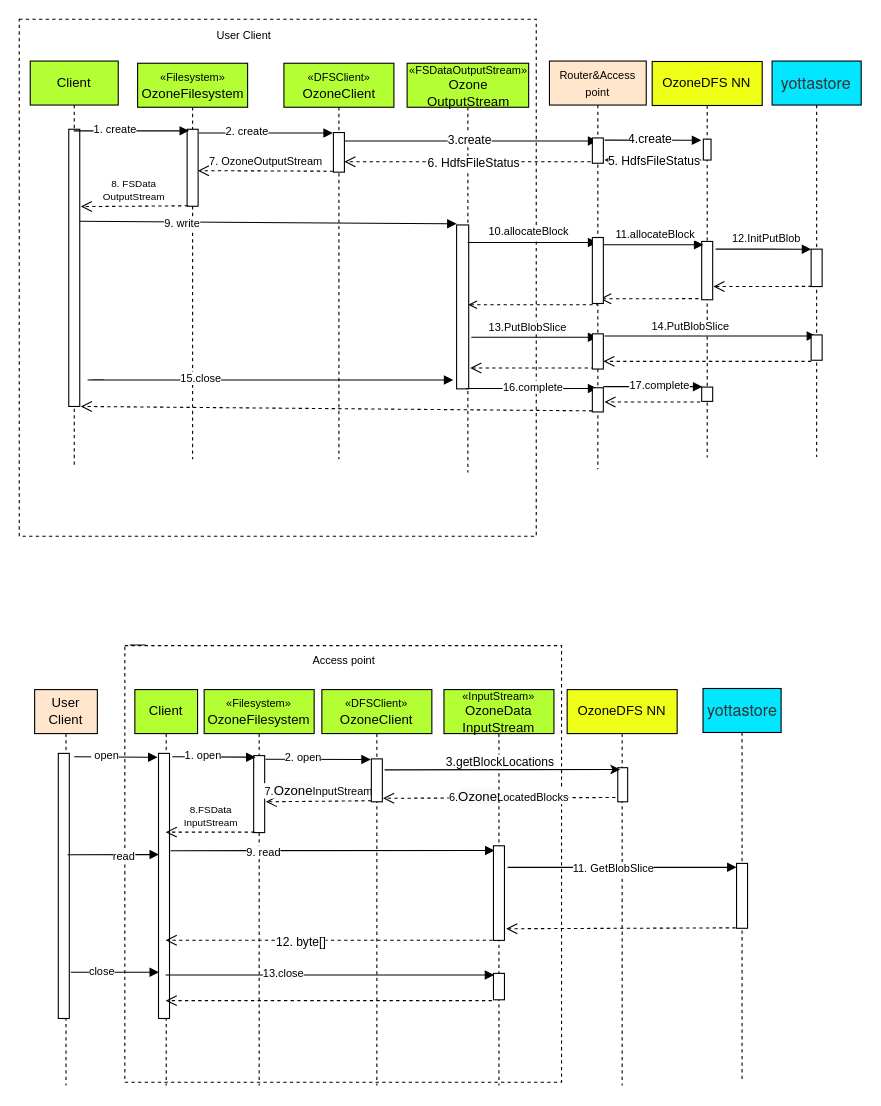
The draw.io diagram Untitled Diagram.drawio in captainzmc/draw, before the edit. Source tidied: cells renumbered, new cells numbered last; positions are measured from the earlier drawing's top-left corner, leaving out a move shared by most shapes. Both pictures are drawn from the tidied source at 110%, with x=0, y=0 at pixel (19, 19).
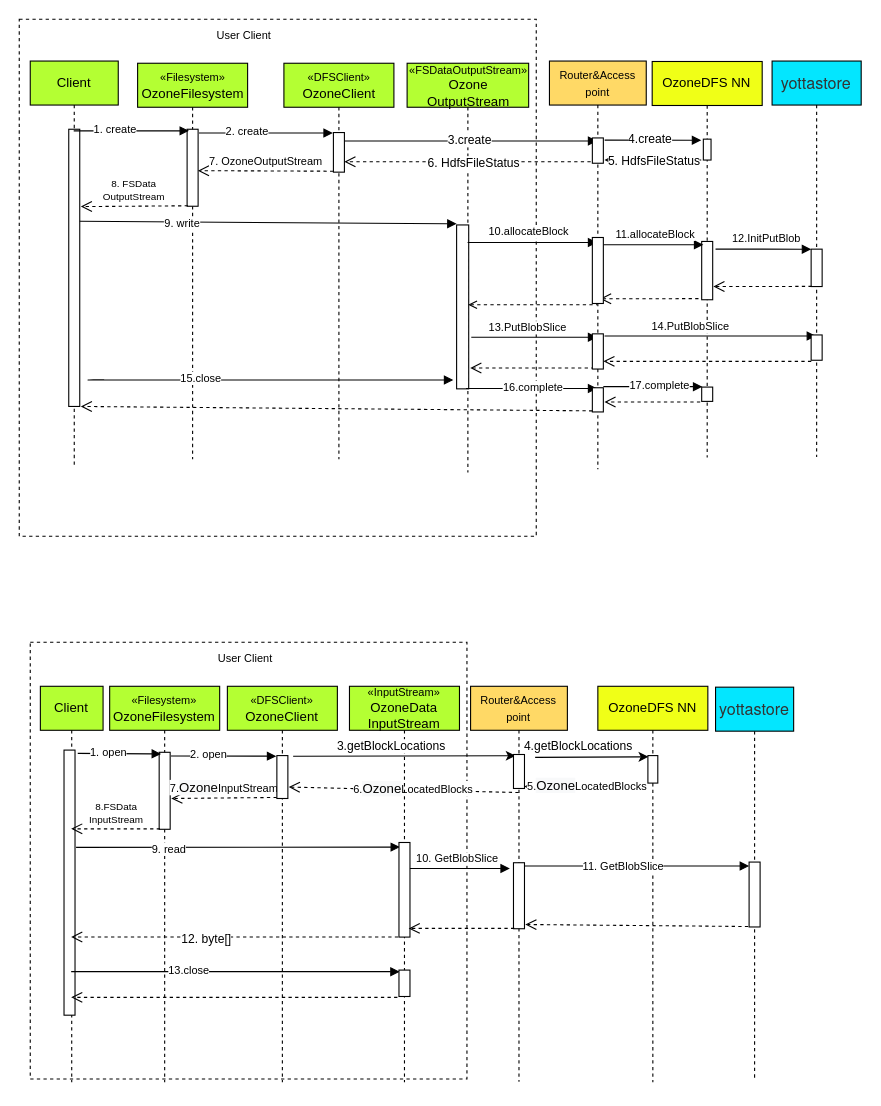
After the change.

The change refers to these unchanged cells:
```xml
<mxCell id="57" style="html=1;points=[];perimeter=orthogonalPerimeter;" parent="56" vertex="1">
  <mxGeometry x="45" y="60" width="10" height="70" as="geometry" />
</mxCell>
<mxCell id="67" style="html=1;points=[];perimeter=orthogonalPerimeter;" parent="66" vertex="1">
  <mxGeometry x="45" y="142" width="10" height="86" as="geometry" />
</mxCell>
<mxCell id="70" style="html=1;points=[];perimeter=orthogonalPerimeter;" parent="69" vertex="1">
  <mxGeometry x="30.5" y="159" width="10" height="59" as="geometry" />
</mxCell>
<mxCell id="85" style="html=1;points=[];perimeter=orthogonalPerimeter;" parent="84" vertex="1">
  <mxGeometry x="45" y="63" width="10" height="39" as="geometry" />
</mxCell>
```

Change to the diagram source:
```diff
@@
-    <mxCell id="6" style="edgeStyle=orthogonalEdgeStyle;rounded=0;jettySize=auto;html=1;exitX=0.048;exitY=-0.001;exitDx=0;exitDy=0;fontColor=#000000;exitPerimeter=0;" parent="1" edge="1" source="7">
-      <mxGeometry relative="1" as="geometry">
-        <mxPoint x="101" y="579.9" as="targetPoint" />
-      </mxGeometry>
-    </mxCell>
     <mxCell id="7" style="whiteSpace=wrap;html=1;fontColor=#000000;dashed=1;" parent="1" vertex="1">
-      <mxGeometry x="96" y="569.4" width="397" height="397" as="geometry" />
+      <mxGeometry x="10" y="566.4" width="397" height="397" as="geometry" />
     </mxCell>
@@
     <mxCell id="54" value="Client" style="shape=umlLifeline;perimeter=lifelinePerimeter;whiteSpace=wrap;html=1;outlineConnect=0;fillColor=#B4FF33;" parent="1" vertex="1">
-      <mxGeometry x="105.1" y="609.4" width="57" height="360" as="geometry" />
+      <mxGeometry x="19.2" y="606.4" width="57" height="360" as="geometry" />
     </mxCell>
@@
     <mxCell id="56" value="&lt;span style=&quot;font-size: 10px&quot;&gt;«&lt;/span&gt;&lt;span style=&quot;font-size: 10px&quot;&gt;Filesystem&lt;/span&gt;&lt;span style=&quot;font-size: 10px&quot;&gt;»&lt;br&gt;&lt;/span&gt;OzoneFilesystem" style="shape=umlLifeline;perimeter=lifelinePerimeter;whiteSpace=wrap;html=1;fillColor=#B4FF33;" parent="1" vertex="1">
-      <mxGeometry x="168.1" y="609.4" width="100" height="360" as="geometry" />
+      <mxGeometry x="82.2" y="606.4" width="100" height="360" as="geometry" />
     </mxCell>
@@
     <mxCell id="58" value="OzoneDFS NN" style="shape=umlLifeline;perimeter=lifelinePerimeter;whiteSpace=wrap;html=1;fillColor=#F0FF17;" parent="1" vertex="1">
-      <mxGeometry x="498.1" y="609.4" width="100" height="360" as="geometry" />
+      <mxGeometry x="526" y="606.4" width="100" height="360" as="geometry" />
     </mxCell>
     <mxCell id="59" style="html=1;points=[];perimeter=orthogonalPerimeter;" parent="58" vertex="1">
-      <mxGeometry x="46" y="71" width="9" height="31" as="geometry" />
+      <mxGeometry x="45.5" y="63" width="9" height="25" as="geometry" />
     </mxCell>
-    <mxCell id="60" value="&lt;font style=&quot;font-size: 10px&quot; color=&quot;#000000&quot;&gt;6.&lt;span style=&quot;font-size: 12px ; background-color: rgb(248 , 249 , 250)&quot;&gt;Ozone&lt;/span&gt;LocatedBlocks&lt;/font&gt;" style="html=1;verticalAlign=bottom;endArrow=open;dashed=1;endSize=8;entryX=1.062;entryY=0.918;entryDx=0;entryDy=0;entryPerimeter=0;exitX=-0.233;exitY=0.875;exitDx=0;exitDy=0;exitPerimeter=0;fillColor=#FF3333;fontColor=#FF3333;" parent="1" edge="1" source="59" target="85">
-      <mxGeometry x="-0.08" y="8" relative="1" as="geometry" />
+    <mxCell id="60" value="&lt;font style=&quot;font-size: 10px&quot; color=&quot;#000000&quot;&gt;6.&lt;span style=&quot;font-size: 12px ; background-color: rgb(248 , 249 , 250)&quot;&gt;Ozone&lt;/span&gt;LocatedBlocks&lt;/font&gt;" style="html=1;verticalAlign=bottom;endArrow=open;dashed=1;endSize=8;fillColor=#FF3333;fontColor=#FF3333;" parent="1" edge="1">
+      <mxGeometry x="-0.08" y="8" relative="1" as="geometry">
+        <mxPoint x="454" y="703" as="sourcePoint" />
+        <mxPoint x="245" y="698" as="targetPoint" />
+      </mxGeometry>
     </mxCell>
@@
     <mxCell id="66" value="&lt;span style=&quot;font-size: 10px&quot;&gt;«InputStream»&lt;br&gt;&lt;/span&gt;OzoneData&lt;br&gt;InputStream" style="shape=umlLifeline;perimeter=lifelinePerimeter;whiteSpace=wrap;html=1;fillColor=#B4FF33;" parent="1" vertex="1">
-      <mxGeometry x="386.1" y="609.4" width="100" height="360" as="geometry" />
+      <mxGeometry x="300.2" y="606.4" width="100" height="360" as="geometry" />
     </mxCell>
@@
     <mxCell id="69" value="&lt;span style=&quot;color: rgb(51 , 51 , 51) ; font-family: &amp;#34;helvetica neue&amp;#34; , &amp;#34;helvetica&amp;#34; , &amp;#34;pingfang sc&amp;#34; , &amp;#34;microsoft yahei&amp;#34; , &amp;#34;source han sans sc&amp;#34; , &amp;#34;noto sans cjk sc&amp;#34; , &amp;#34;wenquanyi micro hei&amp;#34; , sans-serif ; font-size: 14.6667px ; text-align: left&quot;&gt;yottastore&lt;/span&gt;" style="shape=umlLifeline;perimeter=lifelinePerimeter;whiteSpace=wrap;html=1;fillColor=#03E6FF;" parent="1" vertex="1">
-      <mxGeometry x="621.6" y="608.4" width="71" height="358" as="geometry" />
+      <mxGeometry x="633" y="607.2" width="71" height="358" as="geometry" />
     </mxCell>
@@
-    <mxCell id="71" style="edgeStyle=none;rounded=0;orthogonalLoop=1;jettySize=auto;html=1;startArrow=none;startFill=0;endArrow=block;endFill=1;fontSize=10;" parent="69" edge="1">
+    <mxCell id="71" style="edgeStyle=none;rounded=0;jettySize=auto;html=1;startArrow=none;startFill=0;endArrow=block;endFill=1;fontSize=10;" parent="69" edge="1" source="102">
       <mxGeometry relative="1" as="geometry">
-        <mxPoint x="-177.6" y="162.6" as="sourcePoint" />
         <mxPoint x="30.5" y="162.6" as="targetPoint" />
         <Array as="points">
           <mxPoint x="-148.5" y="162.6" />
         </Array>
       </mxGeometry>
     </mxCell>
@@
-    <mxCell id="73" style="html=1;verticalAlign=bottom;endArrow=open;dashed=1;endSize=8;fontSize=10;exitX=-0.084;exitY=0.993;exitDx=0;exitDy=0;exitPerimeter=0;entryX=1.16;entryY=0.877;entryDx=0;entryDy=0;entryPerimeter=0;" parent="1" edge="1" source="70" target="67">
+    <mxCell id="73" style="html=1;verticalAlign=bottom;endArrow=open;dashed=1;endSize=8;fontSize=10;exitX=-0.084;exitY=0.993;exitDx=0;exitDy=0;exitPerimeter=0;entryX=1.074;entryY=0.936;entryDx=0;entryDy=0;entryPerimeter=0;" parent="1" edge="1" source="70" target="104">
       <mxGeometry relative="1" as="geometry" />
     </mxCell>
@@
     <mxCell id="77" style="endArrow=block;startArrow=none;endFill=1;startFill=0;html=1;fontSize=10;entryX=0.171;entryY=0.021;entryDx=0;entryDy=0;entryPerimeter=0;" parent="1" edge="1" target="57">
       <mxGeometry relative="1" as="geometry">
-        <mxPoint x="139.1" y="670.4" as="sourcePoint" />
+        <mxPoint x="53.2" y="667.4" as="sourcePoint" />
       </mxGeometry>
     </mxCell>
@@
-    <mxCell id="82" style="rounded=0;jettySize=auto;html=1;entryX=0.244;entryY=0.052;entryDx=0;entryDy=0;entryPerimeter=0;" parent="1" edge="1" target="59">
+    <mxCell id="82" style="rounded=0;jettySize=auto;html=1;entryX=0.2;entryY=0.036;entryDx=0;entryDy=0;entryPerimeter=0;" parent="1" edge="1" target="103">
       <mxGeometry relative="1" as="geometry">
-        <mxPoint x="332.1" y="682.4" as="sourcePoint" />
+        <mxPoint x="249" y="670" as="sourcePoint" />
       </mxGeometry>
     </mxCell>
     <mxCell id="83" value="&lt;div style=&quot;text-align: center&quot;&gt;&lt;span style=&quot;text-align: left&quot;&gt;3.&lt;/span&gt;getBlockLocations&lt;/div&gt;" style="edgeLabel;html=1;align=center;verticalAlign=middle;" parent="82" vertex="1">
       <mxGeometry x="-0.17" y="-1" relative="1" as="geometry">
-        <mxPoint x="14.9" y="-8.8" as="offset" />
+        <mxPoint x="4" y="-10" as="offset" />
       </mxGeometry>
     </mxCell>
     <mxCell id="84" value="&lt;span style=&quot;font-size: 10px&quot;&gt;«DFSClient»&lt;br&gt;&lt;/span&gt;OzoneClient" style="shape=umlLifeline;perimeter=lifelinePerimeter;whiteSpace=wrap;html=1;fillColor=#B4FF33;" parent="1" vertex="1">
-      <mxGeometry x="275.1" y="609.4" width="100" height="360" as="geometry" />
+      <mxGeometry x="189.2" y="606.4" width="100" height="360" as="geometry" />
     </mxCell>
@@
-    <mxCell id="86" style="endArrow=block;startArrow=none;endFill=1;startFill=0;html=1;fontSize=10;" parent="84" edge="1">
-      <mxGeometry relative="1" as="geometry">
-        <mxPoint x="-228.3" y="257" as="sourcePoint" />
-        <mxPoint x="-148.1" y="257" as="targetPoint" />
-      </mxGeometry>
-    </mxCell>
-    <mxCell id="87" value="close" style="edgeLabel;html=1;align=center;verticalAlign=middle;fontSize=10;" parent="86" vertex="1">
-      <mxGeometry x="-0.29" y="2" relative="1" as="geometry" />
-    </mxCell>
-    <mxCell id="88" value="&lt;span style=&quot;color: rgb(0 , 0 , 0) ; font-family: &amp;#34;helvetica&amp;#34; ; font-size: 10px ; font-style: normal ; font-weight: 400 ; letter-spacing: normal ; text-align: center ; text-indent: 0px ; text-transform: none ; word-spacing: 0px ; background-color: rgb(255 , 255 , 255) ; display: inline ; float: none&quot;&gt;Access point&lt;/span&gt;" style="text;whiteSpace=wrap;html=1;fontColor=#000000;" parent="1" vertex="1">
-      <mxGeometry x="265" y="569.4" width="82" height="28" as="geometry" />
+    <mxCell id="88" value="&lt;span style=&quot;color: rgb(0 , 0 , 0) ; font-family: &amp;#34;helvetica&amp;#34; ; font-size: 10px ; font-style: normal ; font-weight: 400 ; letter-spacing: normal ; text-align: center ; text-indent: 0px ; text-transform: none ; word-spacing: 0px ; background-color: rgb(255 , 255 , 255) ; display: inline ; float: none&quot;&gt;User Client&lt;/span&gt;" style="text;whiteSpace=wrap;html=1;fontColor=#000000;" parent="1" vertex="1">
+      <mxGeometry x="179.1" y="567" width="93" height="27.4" as="geometry" />
     </mxCell>
-    <mxCell id="89" value="User Client" style="shape=umlLifeline;perimeter=lifelinePerimeter;whiteSpace=wrap;html=1;fillColor=#FFE6CC;" parent="1" vertex="1">
-      <mxGeometry x="14" y="609.4" width="57" height="360" as="geometry" />
-    </mxCell>
-    <mxCell id="90" style="html=1;perimeter=orthogonalPerimeter;" parent="89" vertex="1">
-      <mxGeometry x="21.5" y="58" width="10" height="241" as="geometry" />
-    </mxCell>
-    <mxCell id="91" style="endArrow=block;startArrow=none;endFill=1;startFill=0;html=1;fontSize=10;entryX=0.171;entryY=0.021;entryDx=0;entryDy=0;entryPerimeter=0;" parent="1" edge="1">
-      <mxGeometry relative="1" as="geometry">
-        <mxPoint x="50" y="670.4" as="sourcePoint" />
-        <mxPoint x="125.7" y="670.9" as="targetPoint" />
-      </mxGeometry>
-    </mxCell>
-    <mxCell id="92" value="&amp;nbsp;open" style="edgeLabel;html=1;align=center;verticalAlign=middle;fontSize=10;" parent="91" vertex="1">
-      <mxGeometry x="-0.29" y="2" relative="1" as="geometry" />
-    </mxCell>
-    <mxCell id="93" style="endArrow=block;startArrow=none;endFill=1;startFill=0;html=1;fontSize=10;exitX=1.095;exitY=0.367;exitDx=0;exitDy=0;exitPerimeter=0;" parent="1" edge="1">
-      <mxGeometry relative="1" as="geometry">
-        <mxPoint x="44" y="759.6" as="sourcePoint" />
-        <mxPoint x="127" y="759.4" as="targetPoint" />
-      </mxGeometry>
-    </mxCell>
-    <mxCell id="94" value="read" style="edgeLabel;html=1;align=center;verticalAlign=middle;fontSize=10;" parent="93" vertex="1">
-      <mxGeometry x="-0.68" y="-1" relative="1" as="geometry">
-        <mxPoint x="37.3" y="-0.2" as="offset" />
-      </mxGeometry>
-    </mxCell>
-    <mxCell id="95" value="&lt;span style=&quot;font-family: &amp;#34;helvetica&amp;#34; ; font-size: 10px ; background-color: rgb(255 , 230 , 204)&quot;&gt;Router&amp;amp;Access point&lt;/span&gt;" style="shape=umlLifeline;perimeter=lifelinePerimeter;whiteSpace=wrap;html=1;outlineConnect=0;fillColor=#FFE6CC;" parent="1" vertex="1">
+    <mxCell id="95" value="&lt;span style=&quot;font-family: &amp;#34;helvetica&amp;#34; ; font-size: 10px ; background-color: rgb(255 , 217 , 102)&quot;&gt;Router&amp;amp;Access point&lt;/span&gt;" style="shape=umlLifeline;perimeter=lifelinePerimeter;whiteSpace=wrap;html=1;outlineConnect=0;fillColor=#FFD966;" parent="1" vertex="1">
       <mxGeometry x="482" y="38" width="88" height="371" as="geometry" />
     </mxCell>
@@
+    <mxCell id="102" value="&lt;span style=&quot;font-family: &amp;#34;helvetica&amp;#34; ; font-size: 10px ; background-color: rgb(255 , 217 , 102)&quot;&gt;Router&amp;amp;Access point&lt;/span&gt;" style="shape=umlLifeline;perimeter=lifelinePerimeter;whiteSpace=wrap;html=1;outlineConnect=0;fillColor=#FFD966;" parent="1" vertex="1">
+      <mxGeometry x="410.3" y="606.4" width="88" height="359.6" as="geometry" />
+    </mxCell>
+    <mxCell id="103" style="html=1;points=[];perimeter=orthogonalPerimeter;" parent="102" vertex="1">
+      <mxGeometry x="39" y="62" width="10" height="30.9" as="geometry" />
+    </mxCell>
+    <mxCell id="104" style="html=1;points=[];perimeter=orthogonalPerimeter;" parent="102" vertex="1">
+      <mxGeometry x="39" y="160.4" width="10" height="60" as="geometry" />
+    </mxCell>
+    <mxCell id="105" style="edgeStyle=none;rounded=0;orthogonalLoop=1;jettySize=auto;html=1;startArrow=none;startFill=0;endArrow=block;endFill=1;fontSize=10;" parent="102" edge="1">
+      <mxGeometry relative="1" as="geometry">
+        <mxPoint x="-55.1" y="165.6" as="sourcePoint" />
+        <mxPoint x="35.7" y="165.6" as="targetPoint" />
+        <Array as="points">
+          <mxPoint x="-26" y="165.6" />
+        </Array>
+      </mxGeometry>
+    </mxCell>
+    <mxCell id="106" value="10. GetBlobSlice" style="edgeLabel;html=1;align=center;verticalAlign=middle;fontSize=10;" parent="105" vertex="1">
+      <mxGeometry x="-0.09" relative="1" as="geometry">
+        <mxPoint x="1" y="-10" as="offset" />
+      </mxGeometry>
+    </mxCell>
+    <mxCell id="107" style="rounded=0;jettySize=auto;html=1;entryX=0.056;entryY=0.044;entryDx=0;entryDy=0;entryPerimeter=0;" parent="1" edge="1" target="59">
+      <mxGeometry relative="1" as="geometry">
+        <mxPoint x="469" y="671" as="sourcePoint" />
+      </mxGeometry>
+    </mxCell>
+    <mxCell id="108" value="&lt;div style=&quot;text-align: center&quot;&gt;&lt;span style=&quot;text-align: left&quot;&gt;4.&lt;/span&gt;getBlockLocations&lt;/div&gt;" style="edgeLabel;html=1;align=center;verticalAlign=middle;" parent="107" vertex="1">
+      <mxGeometry x="-0.17" y="-1" relative="1" as="geometry">
+        <mxPoint x="-5" y="-11" as="offset" />
+      </mxGeometry>
+    </mxCell>
+    <mxCell id="109" value="&lt;font style=&quot;font-size: 10px&quot; color=&quot;#000000&quot;&gt;5.&lt;span style=&quot;font-size: 12px ; background-color: rgb(248 , 249 , 250)&quot;&gt;Ozone&lt;/span&gt;LocatedBlocks&lt;/font&gt;" style="html=1;verticalAlign=bottom;endArrow=open;dashed=1;endSize=8;fillColor=#FF3333;fontColor=#FF3333;entryX=0.974;entryY=0.942;entryDx=0;entryDy=0;entryPerimeter=0;" parent="1" edge="1" target="103">
+      <mxGeometry x="-0.08" y="8" relative="1" as="geometry">
+        <mxPoint x="565" y="699" as="sourcePoint" />
+      </mxGeometry>
+    </mxCell>
+    <mxCell id="110" style="html=1;verticalAlign=bottom;endArrow=open;dashed=1;endSize=8;fontSize=10;exitX=0.074;exitY=0.995;exitDx=0;exitDy=0;exitPerimeter=0;entryX=0.881;entryY=0.908;entryDx=0;entryDy=0;entryPerimeter=0;" parent="1" edge="1" source="104" target="67">
+      <mxGeometry relative="1" as="geometry" />
+    </mxCell>
```
